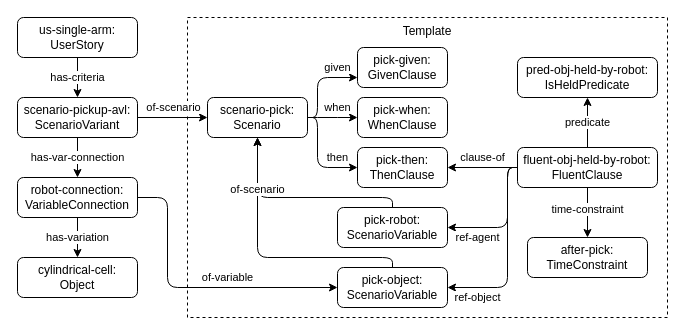
Earlier version of the draw.io diagram bdd-example-pickup.drawio (minhnh/drawio-diagrams). Source tidied: cells renumbered, new cells numbered last; positions are measured from the earlier drawing's top-left corner, leaving out a move shared by most shapes. Both pictures are drawn from the tidied source at 100%, with x=0, y=0 at pixel (17, 17).
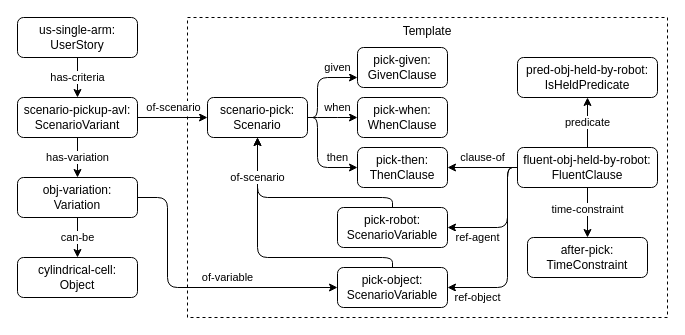
The same diagram, later.

Unchanged cells that the change refers to:
```xml
<mxCell id="4" value="Template" style="rounded=0;whiteSpace=wrap;html=1;verticalAlign=top;fillColor=none;dashed=1;" parent="1" vertex="1">
  <mxGeometry x="170" width="480" height="300" as="geometry" />
</mxCell>
<mxCell id="5" value="scenario-pick: Scenario" style="rounded=1;whiteSpace=wrap;html=1;" parent="4" vertex="1">
  <mxGeometry x="20" y="80" width="100" height="40" as="geometry" />
</mxCell>
<mxCell id="21" value="pick-object: ScenarioVariable" style="rounded=1;whiteSpace=wrap;html=1;" parent="4" vertex="1">
  <mxGeometry x="150" y="250" width="110" height="40" as="geometry" />
</mxCell>
<mxCell id="27" value="cylindrical-cell:&lt;br&gt;Object" style="rounded=1;whiteSpace=wrap;html=1;" parent="1" vertex="1">
  <mxGeometry y="240" width="120" height="40" as="geometry" />
</mxCell>
<mxCell id="30" value="scenario-pickup-avl: ScenarioVariant" style="rounded=1;whiteSpace=wrap;html=1;" parent="1" vertex="1">
  <mxGeometry y="80" width="120" height="40" as="geometry" />
</mxCell>
```

Diff of the diagram source:
```diff
@@
     <mxCell id="23" value="of-scenario" style="edgeStyle=orthogonalEdgeStyle;rounded=1;jettySize=auto;html=1;labelBackgroundColor=default;" parent="4" edge="1" source="21" target="5">
-      <mxGeometry x="0.61" relative="1" as="geometry">
+      <mxGeometry x="0.7" relative="1" as="geometry">
         <Array as="points">
           <mxPoint x="205" y="240" />
           <mxPoint x="70" y="240" />
         </Array>
       </mxGeometry>
     </mxCell>
@@
-    <mxCell id="25" value="has-variation" style="edgeStyle=orthogonalEdgeStyle;rounded=1;jettySize=auto;html=1;labelBackgroundColor=default;" parent="1" edge="1" source="26" target="27">
+    <mxCell id="25" value="can-be" style="edgeStyle=orthogonalEdgeStyle;rounded=1;jettySize=auto;html=1;labelBackgroundColor=default;" parent="1" edge="1" source="26" target="27">
       <mxGeometry relative="1" as="geometry" />
     </mxCell>
-    <mxCell id="26" value="robot-connection: VariableConnection" style="rounded=1;whiteSpace=wrap;html=1;" parent="1" vertex="1">
+    <mxCell id="26" value="obj-variation: Variation" style="rounded=1;whiteSpace=wrap;html=1;" parent="1" vertex="1">
       <mxGeometry y="160" width="120" height="40" as="geometry" />
     </mxCell>
@@
-    <mxCell id="28" value="has-var-connection" style="edgeStyle=orthogonalEdgeStyle;rounded=1;jettySize=auto;html=1;labelBackgroundColor=default;" parent="1" edge="1" source="30" target="26">
+    <mxCell id="28" value="has-variation" style="edgeStyle=orthogonalEdgeStyle;rounded=1;jettySize=auto;html=1;labelBackgroundColor=default;" parent="1" edge="1" source="30" target="26">
       <mxGeometry relative="1" as="geometry">
         <Array as="points">
           <mxPoint x="57.5" y="180" />
           <mxPoint x="57.5" y="180" />
         </Array>
       </mxGeometry>
     </mxCell>
```
